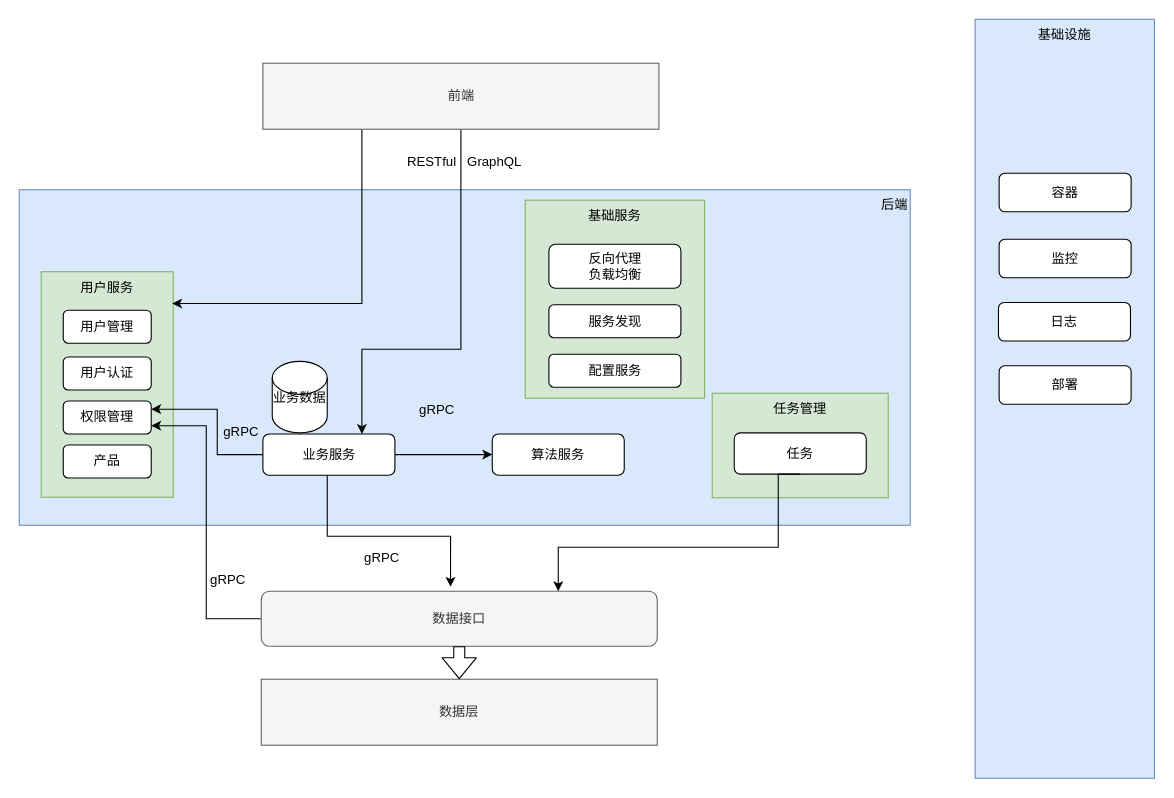
Before: ai-talents.drawio in xianghuzhao/chart, a draw.io diagram. Source tidied: cells renumbered, new cells numbered last; positions are measured from the earlier drawing's top-left corner, leaving out a move shared by most shapes. Both pictures are drawn from the tidied source at 110%, with x=0, y=0 at pixel (19, 19).
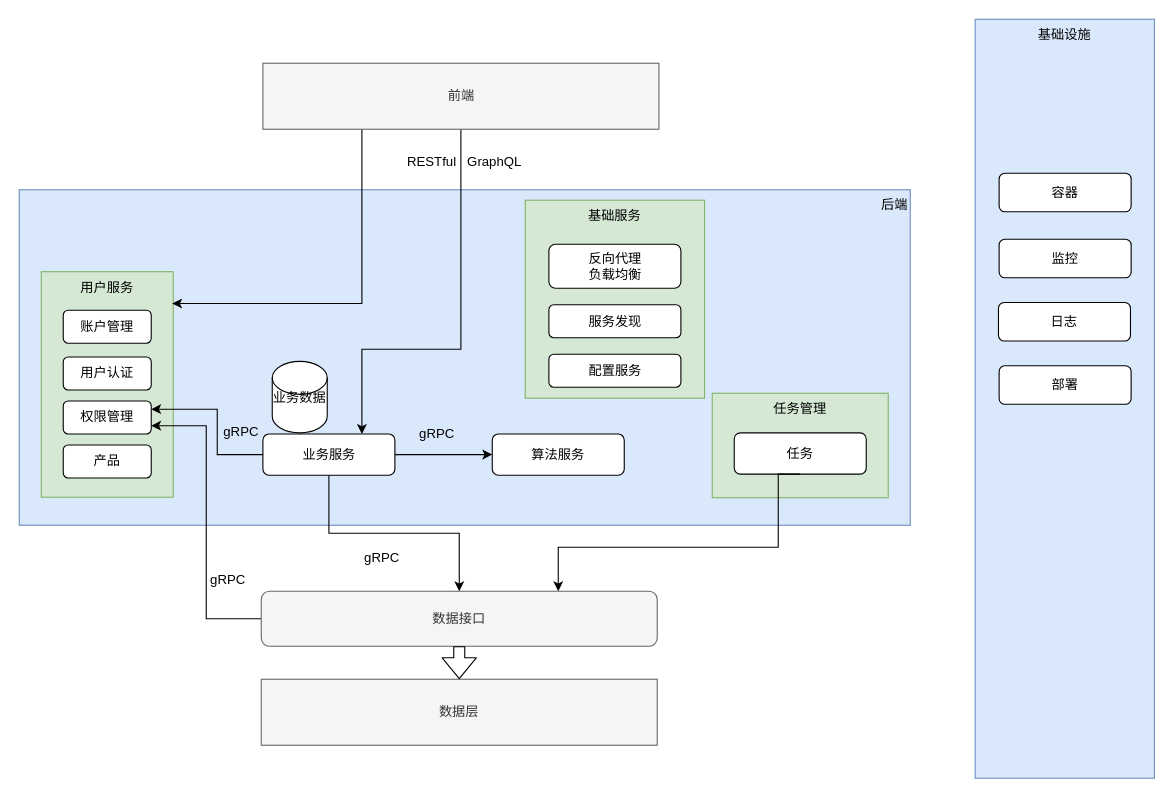
After the change.

Unchanged cells that the change refers to:
```xml
<mxCell id="9" value="数据接口" style="rounded=1;whiteSpace=wrap;html=1;fillColor=#f5f5f5;strokeColor=#666666;fontColor=#333333;" parent="1" vertex="1">
  <mxGeometry x="220" y="520" width="360" height="50" as="geometry" />
</mxCell>
<mxCell id="13" value="业务服务" style="rounded=1;whiteSpace=wrap;html=1;" parent="1" vertex="1">
  <mxGeometry x="221.5" y="377" width="120" height="37.5" as="geometry" />
</mxCell>
```

What changed in the source:
```diff
@@
-    <mxCell id="4" value="用户管理" style="rounded=1;whiteSpace=wrap;html=1;" parent="1" vertex="1">
+    <mxCell id="4" value="账户管理" style="rounded=1;whiteSpace=wrap;html=1;" parent="1" vertex="1">
       <mxGeometry x="40" y="264.5" width="80" height="30" as="geometry" />
     </mxCell>
@@
-    <mxCell id="12" style="edgeStyle=orthogonalEdgeStyle;rounded=0;jettySize=auto;html=1;entryX=0.478;entryY=-0.08;entryDx=0;entryDy=0;entryPerimeter=0;" parent="1" edge="1" source="13" target="9">
-      <mxGeometry relative="1" as="geometry">
-        <Array as="points">
-          <mxPoint x="280" y="470" />
-          <mxPoint x="392" y="470" />
-        </Array>
-      </mxGeometry>
+    <mxCell id="12" style="edgeStyle=orthogonalEdgeStyle;rounded=0;jettySize=auto;html=1;entryX=0.5;entryY=0;entryDx=0;entryDy=0;" parent="1" edge="1" source="13" target="9">
+      <mxGeometry relative="1" as="geometry" />
     </mxCell>
@@
     <mxCell id="27" value="gRPC" style="text;html=1;strokeColor=none;fillColor=none;align=center;verticalAlign=middle;whiteSpace=wrap;rounded=0;" parent="1" vertex="1">
-      <mxGeometry x="360" y="344.5" width="40" height="20" as="geometry" />
+      <mxGeometry x="360" y="367" width="40" height="20" as="geometry" />
     </mxCell>
```
